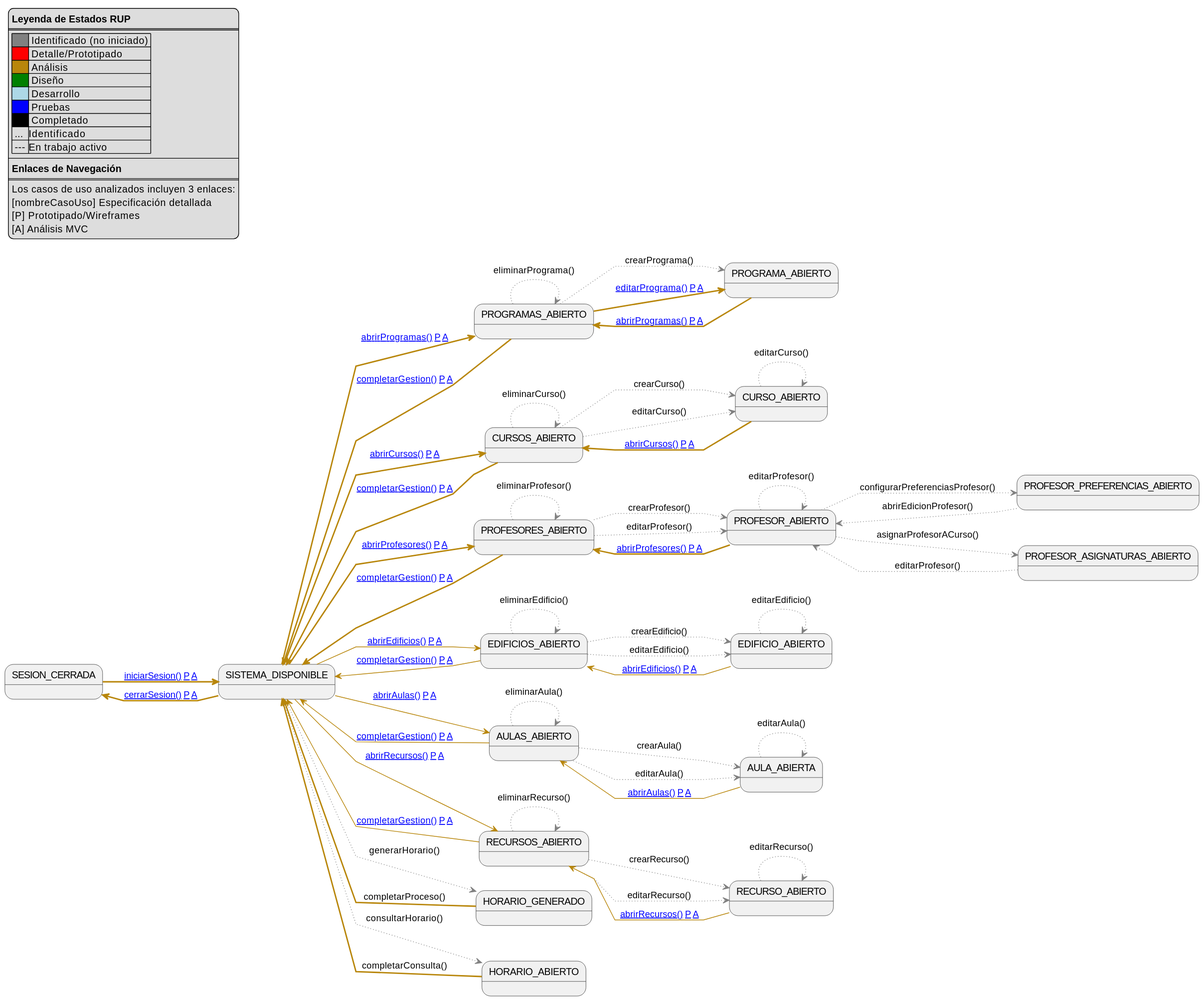
Earlier version of the PlantUML export images/RUP/99-seguimiento/diagrama-contexto-administrador.svg (Hexcss/scheduler).
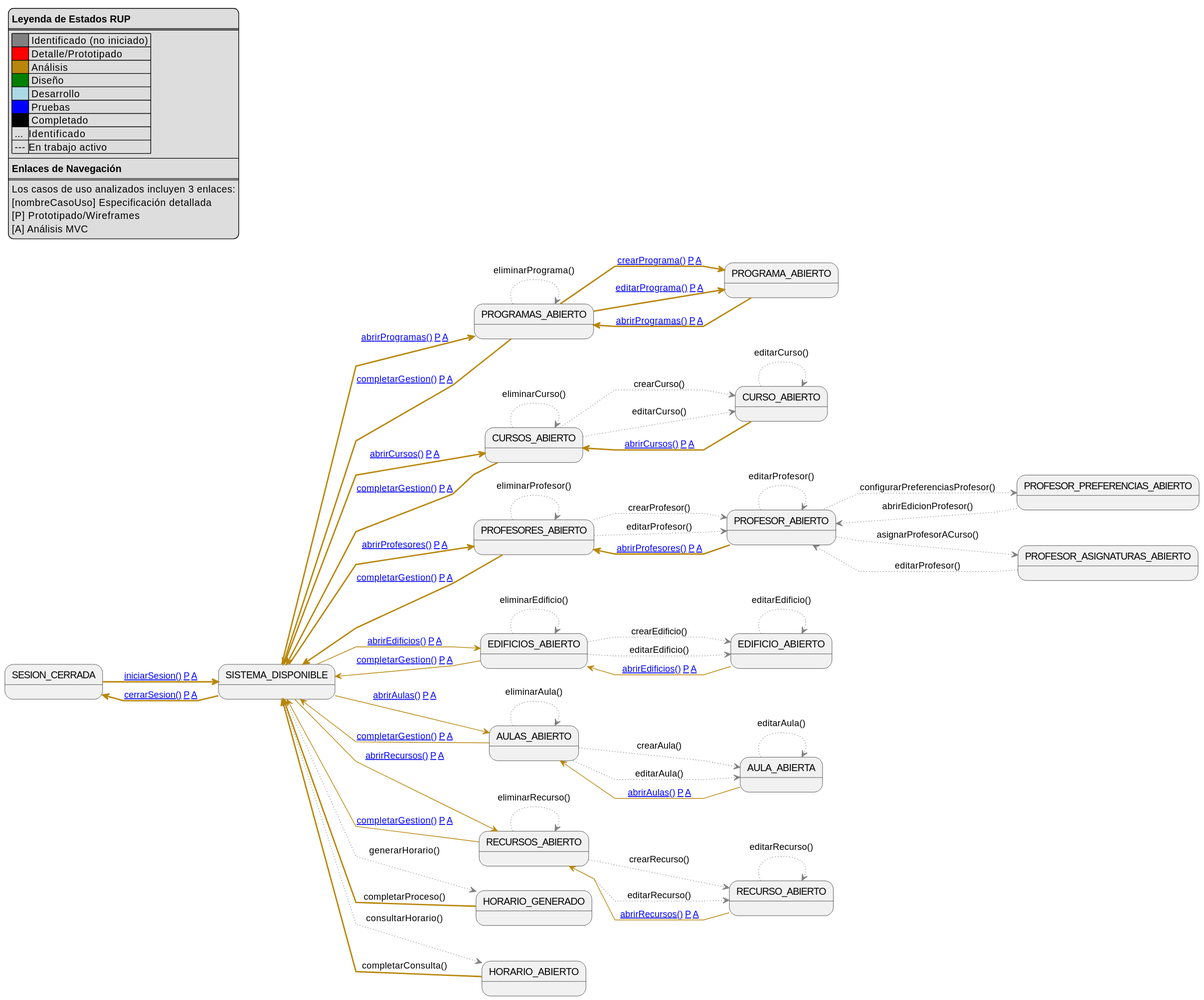
After the commit.

Commit message:
feat(README): agregar enlaces de detalle y análisis para crearPrograma()

The edit, as a diff of the source:
```diff
@@ -59,7 +59,7 @@
 EditProfesor -[#gray,dotted]-> Asignaciones: asignarProfesorACurso()
 
 Asignaciones -[#gray,dotted]-> EditProfesor: editarProfesor()
-ListProgramas -[#gray,dotted]-> EditPrograma: crearPrograma()
+ListProgramas -[#darkgoldenrod,thickness=2]-> EditPrograma: [[https://github.com/mmasias/pySigHor/blob/main/RUP/00-casos-uso/02-detalle/crearPrograma/README.md crearPrograma()]] [[https://github.com/mmasias/pySigHor/blob/main/RUP/00-casos-uso/02-detalle/crearPrograma/prototipo.puml P]] [[https://github.com/mmasias/pySigHor/blob/main/RUP/01-analisis/casos-uso/crearPrograma/README.md A]]
 ListProgramas -[#darkgoldenrod,thickness=2]-> EditPrograma: [[https://github.com/mmasias/pySigHor/blob/main/RUP/00-casos-uso/02-detalle/editarPrograma/README.md editarPrograma()]] [[https://github.com/mmasias/pySigHor/blob/main/RUP/00-casos-uso/02-detalle/editarPrograma/prototipo.puml P]] [[https://github.com/mmasias/pySigHor/blob/main/RUP/01-analisis/casos-uso/editarPrograma/README.md A]]
 ListProgramas -[#gray,dotted]-> ListProgramas: eliminarPrograma()
 EditPrograma -[#darkgoldenrod,thickness=2]-> ListProgramas: [[https://github.com/mmasias/pySigHor/blob/main/RUP/00-casos-uso/02-detalle/abrirProgramas/README.md abrirProgramas()]] [[https://github.com/mmasias/pySigHor/blob/main/RUP/00-casos-uso/02-detalle/abrirProgramas/prototipo.puml P]] [[https://github.com/mmasias/pySigHor/blob/main/RUP/01-analisis/casos-uso/abrirProgramas/README.md A]]
```
